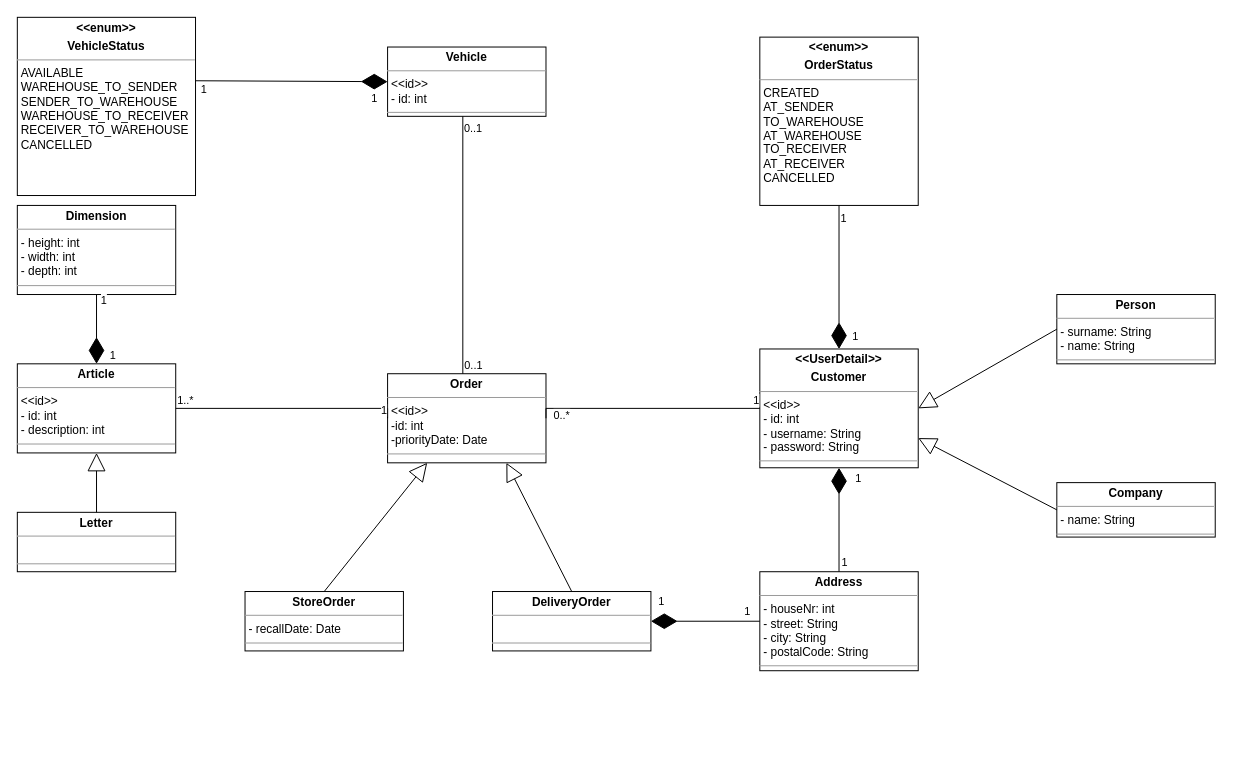
This is domainDiagram.drawio from MatthiasEberhardt/Softwareentwicklung, a draw.io file, before an edit. Source tidied: cells renumbered, new cells numbered last; positions are measured from the earlier drawing's top-left corner, leaving out a move shared by most shapes. Both pictures are drawn from the tidied source at 99%, with x=0, y=0 at pixel (17, 17).
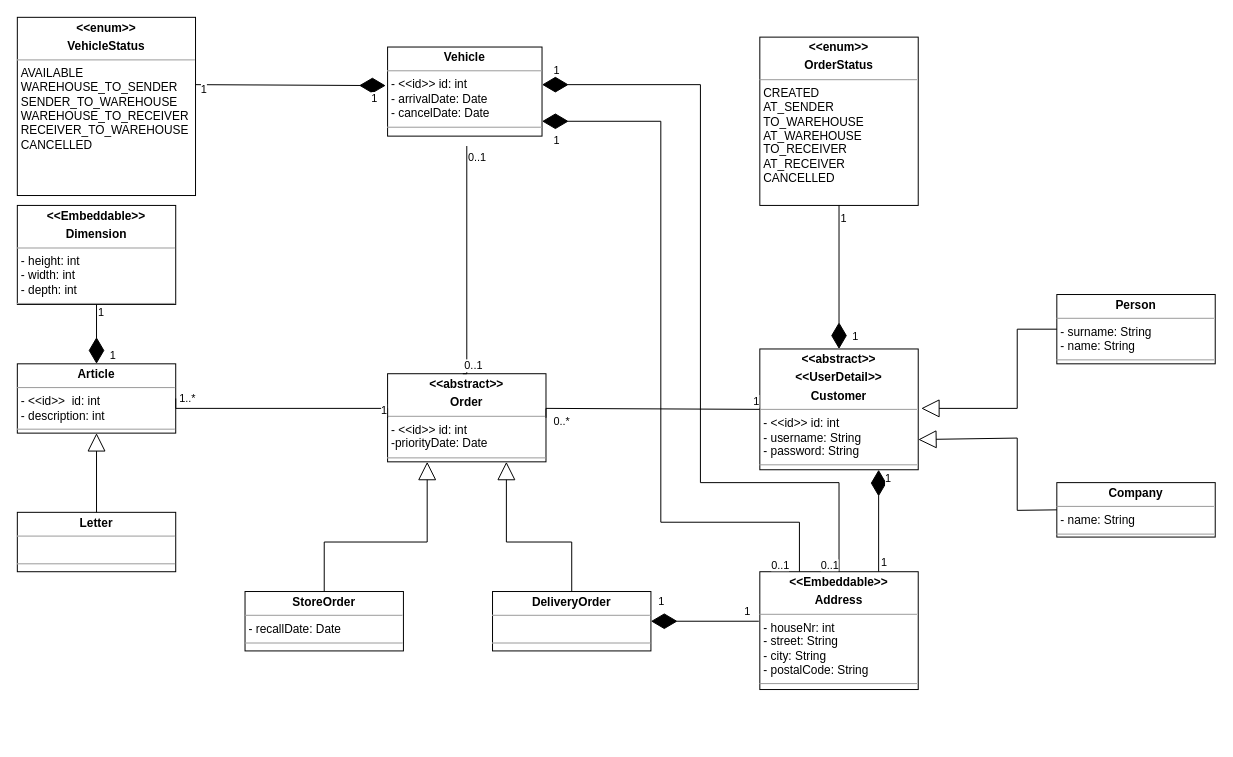
Above is the later version.

The change refers to these unchanged cells:
```xml
<mxCell id="6" value="&lt;p style=&quot;margin: 0px ; margin-top: 4px ; text-align: center&quot;&gt;&lt;b&gt;DeliveryOrder&lt;/b&gt;&lt;/p&gt;&lt;hr size=&quot;1&quot;&gt;&lt;p style=&quot;margin: 0px ; margin-left: 4px&quot;&gt;&amp;nbsp;&lt;/p&gt;&lt;hr size=&quot;1&quot;&gt;&lt;p style=&quot;margin: 0px ; margin-left: 4px&quot;&gt;&lt;br&gt;&lt;/p&gt;" style="verticalAlign=top;align=left;overflow=fill;fontSize=12;fontFamily=Helvetica;html=1;" parent="1" vertex="1">
  <mxGeometry x="480" y="580" width="160" height="60" as="geometry" />
</mxCell>
<mxCell id="7" value="&lt;p style=&quot;margin: 0px ; margin-top: 4px ; text-align: center&quot;&gt;&lt;b&gt;StoreOrder&lt;/b&gt;&lt;/p&gt;&lt;hr size=&quot;1&quot;&gt;&lt;p style=&quot;margin: 0px ; margin-left: 4px&quot;&gt;&lt;span&gt;- recallDate: Date&lt;/span&gt;&lt;br&gt;&lt;/p&gt;&lt;hr size=&quot;1&quot;&gt;&lt;p style=&quot;margin: 0px ; margin-left: 4px&quot;&gt;&lt;br&gt;&lt;/p&gt;" style="verticalAlign=top;align=left;overflow=fill;fontSize=12;fontFamily=Helvetica;html=1;" parent="1" vertex="1">
  <mxGeometry x="230" y="580" width="160" height="60" as="geometry" />
</mxCell>
<mxCell id="8" value="&lt;p style=&quot;margin: 0px ; margin-top: 4px ; text-align: center&quot;&gt;&lt;b&gt;Person&lt;/b&gt;&lt;/p&gt;&lt;hr size=&quot;1&quot;&gt;&lt;p style=&quot;margin: 0px ; margin-left: 4px&quot;&gt;&lt;span&gt;- surname: String&lt;/span&gt;&lt;br&gt;&lt;/p&gt;&lt;p style=&quot;margin: 0px ; margin-left: 4px&quot;&gt;- name: String&lt;/p&gt;&lt;hr size=&quot;1&quot;&gt;&lt;p style=&quot;margin: 0px ; margin-left: 4px&quot;&gt;&lt;br&gt;&lt;/p&gt;" style="verticalAlign=top;align=left;overflow=fill;fontSize=12;fontFamily=Helvetica;html=1;" parent="1" vertex="1">
  <mxGeometry x="1050" y="280" width="160" height="70" as="geometry" />
</mxCell>
<mxCell id="9" value="&lt;p style=&quot;margin: 0px ; margin-top: 4px ; text-align: center&quot;&gt;&lt;b&gt;Company&lt;/b&gt;&lt;/p&gt;&lt;hr size=&quot;1&quot;&gt;&lt;p style=&quot;margin: 0px ; margin-left: 4px&quot;&gt;&lt;span&gt;- name: String&lt;/span&gt;&lt;br&gt;&lt;/p&gt;&lt;hr size=&quot;1&quot;&gt;&lt;p style=&quot;margin: 0px ; margin-left: 4px&quot;&gt;&lt;br&gt;&lt;/p&gt;" style="verticalAlign=top;align=left;overflow=fill;fontSize=12;fontFamily=Helvetica;html=1;" parent="1" vertex="1">
  <mxGeometry x="1050" y="470" width="160" height="55" as="geometry" />
</mxCell>
<mxCell id="12" value="&lt;p style=&quot;margin: 0px ; margin-top: 4px ; text-align: center&quot;&gt;&lt;b&gt;&amp;lt;&amp;lt;enum&amp;gt;&amp;gt;&lt;/b&gt;&lt;/p&gt;&lt;p style=&quot;margin: 0px ; margin-top: 4px ; text-align: center&quot;&gt;&lt;b&gt;VehicleStatus&lt;/b&gt;&lt;/p&gt;&lt;hr size=&quot;1&quot;&gt;&lt;p style=&quot;margin: 0px ; margin-left: 4px&quot;&gt;&lt;/p&gt;&lt;p style=&quot;margin: 0px ; margin-left: 4px&quot;&gt;AVAILABLE&lt;/p&gt;&lt;p style=&quot;margin: 0px ; margin-left: 4px&quot;&gt;WAREHOUSE_TO_SENDER&lt;/p&gt;&lt;p style=&quot;margin: 0px ; margin-left: 4px&quot;&gt;SENDER_TO_WAREHOUSE&lt;/p&gt;&lt;p style=&quot;margin: 0px ; margin-left: 4px&quot;&gt;WAREHOUSE_TO_RECEIVER&lt;/p&gt;&lt;p style=&quot;margin: 0px ; margin-left: 4px&quot;&gt;RECEIVER_TO_WAREHOUSE&lt;/p&gt;&lt;p style=&quot;margin: 0px ; margin-left: 4px&quot;&gt;CANCELLED&lt;/p&gt;" style="verticalAlign=top;align=left;overflow=fill;fontSize=12;fontFamily=Helvetica;html=1;" parent="1" vertex="1">
  <mxGeometry width="180" height="180" as="geometry" />
</mxCell>
<mxCell id="25" style="endArrow=none;html=1;edgeStyle=orthogonalEdgeStyle;rounded=0;entryX=0;entryY=0.5;entryDx=0;entryDy=0;exitX=1;exitY=0.5;exitDx=0;exitDy=0;" parent="1" edge="1" source="4" target="5">
  <mxGeometry relative="1" as="geometry">
    <Array as="points">
      <mxPoint x="374" y="395" />
    </Array>
  </mxGeometry>
</mxCell>
<mxCell id="31" style="endArrow=none;html=1;edgeStyle=orthogonalEdgeStyle;rounded=0;entryX=0;entryY=0.5;entryDx=0;entryDy=0;exitX=1;exitY=0.5;exitDx=0;exitDy=0;" parent="1" edge="1" source="5" target="3">
  <mxGeometry relative="1" as="geometry">
    <Array as="points">
      <mxPoint x="534" y="395" />
    </Array>
  </mxGeometry>
</mxCell>
```

Diff of the diagram source:
```diff
@@
-    <mxCell id="2" value="&lt;p style=&quot;margin: 0px ; margin-top: 4px ; text-align: center&quot;&gt;&lt;b&gt;Address&lt;/b&gt;&lt;/p&gt;&lt;hr size=&quot;1&quot;&gt;&lt;p style=&quot;margin: 0px ; margin-left: 4px&quot;&gt;- houseNr: int&lt;/p&gt;&lt;p style=&quot;margin: 0px ; margin-left: 4px&quot;&gt;- street: String&lt;/p&gt;&lt;p style=&quot;margin: 0px ; margin-left: 4px&quot;&gt;- city: String&lt;/p&gt;&lt;p style=&quot;margin: 0px ; margin-left: 4px&quot;&gt;- postalCode: String&lt;/p&gt;&lt;hr size=&quot;1&quot;&gt;&lt;p style=&quot;margin: 0px ; margin-left: 4px&quot;&gt;&lt;br&gt;&lt;/p&gt;" style="verticalAlign=top;align=left;overflow=fill;fontSize=12;fontFamily=Helvetica;html=1;" parent="1" vertex="1">
-      <mxGeometry x="750" y="560" width="160" height="100" as="geometry" />
+    <mxCell id="2" value="&lt;p style=&quot;margin: 0px ; margin-top: 4px ; text-align: center&quot;&gt;&lt;b&gt;&amp;lt;&amp;lt;Embeddable&amp;gt;&amp;gt;&lt;/b&gt;&lt;/p&gt;&lt;p style=&quot;margin: 0px ; margin-top: 4px ; text-align: center&quot;&gt;&lt;b&gt;Address&lt;/b&gt;&lt;/p&gt;&lt;hr size=&quot;1&quot;&gt;&lt;p style=&quot;margin: 0px ; margin-left: 4px&quot;&gt;- houseNr: int&lt;/p&gt;&lt;p style=&quot;margin: 0px ; margin-left: 4px&quot;&gt;- street: String&lt;/p&gt;&lt;p style=&quot;margin: 0px ; margin-left: 4px&quot;&gt;- city: String&lt;/p&gt;&lt;p style=&quot;margin: 0px ; margin-left: 4px&quot;&gt;- postalCode: String&lt;/p&gt;&lt;hr size=&quot;1&quot;&gt;&lt;p style=&quot;margin: 0px ; margin-left: 4px&quot;&gt;&lt;br&gt;&lt;/p&gt;" style="verticalAlign=top;align=left;overflow=fill;fontSize=12;fontFamily=Helvetica;html=1;" parent="1" vertex="1">
+      <mxGeometry x="750" y="560" width="160" height="119" as="geometry" />
     </mxCell>
-    <mxCell id="3" value="&lt;p style=&quot;margin: 0px ; margin-top: 4px ; text-align: center&quot;&gt;&lt;b&gt;&amp;lt;&amp;lt;UserDetail&amp;gt;&amp;gt;&lt;/b&gt;&lt;/p&gt;&lt;p style=&quot;margin: 0px ; margin-top: 4px ; text-align: center&quot;&gt;&lt;b&gt;Customer&lt;/b&gt;&lt;/p&gt;&lt;hr size=&quot;1&quot;&gt;&lt;p style=&quot;margin: 0px ; margin-left: 4px&quot;&gt;&amp;lt;&amp;lt;id&amp;gt;&amp;gt;&lt;/p&gt;&lt;p style=&quot;margin: 0px ; margin-left: 4px&quot;&gt;- id: int&lt;/p&gt;&lt;p style=&quot;margin: 0px ; margin-left: 4px&quot;&gt;- username: String&lt;/p&gt;&lt;p style=&quot;margin: 0px ; margin-left: 4px&quot;&gt;- password: String&lt;/p&gt;&lt;hr size=&quot;1&quot;&gt;&lt;p style=&quot;margin: 0px ; margin-left: 4px&quot;&gt;&lt;br&gt;&lt;/p&gt;" style="verticalAlign=top;align=left;overflow=fill;fontSize=12;fontFamily=Helvetica;html=1;" parent="1" vertex="1">
-      <mxGeometry x="750" y="335" width="160" height="120" as="geometry" />
+    <mxCell id="3" value="&lt;p style=&quot;margin: 0px ; margin-top: 4px ; text-align: center&quot;&gt;&lt;b&gt;&amp;lt;&amp;lt;abstract&amp;gt;&amp;gt;&lt;/b&gt;&lt;/p&gt;&lt;p style=&quot;margin: 0px ; margin-top: 4px ; text-align: center&quot;&gt;&lt;b&gt;&amp;lt;&amp;lt;UserDetail&amp;gt;&amp;gt;&lt;/b&gt;&lt;/p&gt;&lt;p style=&quot;margin: 0px ; margin-top: 4px ; text-align: center&quot;&gt;&lt;b&gt;Customer&lt;/b&gt;&lt;/p&gt;&lt;hr size=&quot;1&quot;&gt;&lt;p style=&quot;margin: 0px ; margin-left: 4px&quot;&gt;&lt;span&gt;-&amp;nbsp;&lt;/span&gt;&lt;span&gt;&amp;lt;&amp;lt;id&amp;gt;&amp;gt;&amp;nbsp;&lt;/span&gt;&lt;span&gt;id: int&lt;/span&gt;&lt;/p&gt;&lt;p style=&quot;margin: 0px ; margin-left: 4px&quot;&gt;- username: String&lt;/p&gt;&lt;p style=&quot;margin: 0px ; margin-left: 4px&quot;&gt;- password: String&lt;/p&gt;&lt;hr size=&quot;1&quot;&gt;&lt;p style=&quot;margin: 0px ; margin-left: 4px&quot;&gt;&lt;br&gt;&lt;/p&gt;" style="verticalAlign=top;align=left;overflow=fill;fontSize=12;fontFamily=Helvetica;html=1;" parent="1" vertex="1">
+      <mxGeometry x="750" y="335" width="160" height="122" as="geometry" />
     </mxCell>
-    <mxCell id="4" value="&lt;p style=&quot;margin: 0px ; margin-top: 4px ; text-align: center&quot;&gt;&lt;b&gt;Article&lt;/b&gt;&lt;/p&gt;&lt;hr size=&quot;1&quot;&gt;&lt;p style=&quot;margin: 0px ; margin-left: 4px&quot;&gt;&lt;span&gt;&amp;lt;&amp;lt;id&amp;gt;&amp;gt;&lt;/span&gt;&lt;/p&gt;&lt;p style=&quot;margin: 0px ; margin-left: 4px&quot;&gt;&lt;span&gt;- id: int&lt;/span&gt;&lt;br&gt;&lt;/p&gt;&lt;p style=&quot;margin: 0px ; margin-left: 4px&quot;&gt;&lt;span&gt;- description: int&lt;/span&gt;&lt;/p&gt;&lt;hr size=&quot;1&quot;&gt;&lt;p style=&quot;margin: 0px ; margin-left: 4px&quot;&gt;&lt;br&gt;&lt;/p&gt;" style="verticalAlign=top;align=left;overflow=fill;fontSize=12;fontFamily=Helvetica;html=1;" parent="1" vertex="1">
-      <mxGeometry y="350" width="160" height="90" as="geometry" />
+    <mxCell id="4" value="&lt;p style=&quot;margin: 0px ; margin-top: 4px ; text-align: center&quot;&gt;&lt;b&gt;Article&lt;/b&gt;&lt;/p&gt;&lt;hr size=&quot;1&quot;&gt;&lt;p style=&quot;margin: 0px ; margin-left: 4px&quot;&gt;&lt;span&gt;-&amp;nbsp;&lt;/span&gt;&lt;span&gt;&amp;lt;&amp;lt;id&amp;gt;&amp;gt;&amp;nbsp;&lt;/span&gt;&lt;span&gt;&amp;nbsp;id: int&lt;/span&gt;&lt;/p&gt;&lt;p style=&quot;margin: 0px ; margin-left: 4px&quot;&gt;&lt;span&gt;- description: int&lt;/span&gt;&lt;/p&gt;&lt;hr size=&quot;1&quot;&gt;&lt;p style=&quot;margin: 0px ; margin-left: 4px&quot;&gt;&lt;br&gt;&lt;/p&gt;" style="verticalAlign=top;align=left;overflow=fill;fontSize=12;fontFamily=Helvetica;html=1;" parent="1" vertex="1">
+      <mxGeometry y="350" width="160" height="70" as="geometry" />
     </mxCell>
-    <mxCell id="5" value="&lt;p style=&quot;margin: 0px ; margin-top: 4px ; text-align: center&quot;&gt;&lt;b&gt;Order&lt;/b&gt;&lt;/p&gt;&lt;hr size=&quot;1&quot;&gt;&lt;p style=&quot;margin: 0px ; margin-left: 4px&quot;&gt;&amp;lt;&amp;lt;id&amp;gt;&amp;gt;&lt;/p&gt;&lt;p style=&quot;margin: 0px ; margin-left: 4px&quot;&gt;-id: int&lt;/p&gt;&lt;p style=&quot;margin: 0px ; margin-left: 4px&quot;&gt;-priorityDate: Date&lt;/p&gt;&lt;hr size=&quot;1&quot;&gt;&lt;p style=&quot;margin: 0px ; margin-left: 4px&quot;&gt;&lt;br&gt;&lt;/p&gt;" style="verticalAlign=top;align=left;overflow=fill;fontSize=12;fontFamily=Helvetica;html=1;" parent="1" vertex="1">
-      <mxGeometry x="374" y="360" width="160" height="90" as="geometry" />
+    <mxCell id="5" value="&lt;p style=&quot;margin: 0px ; margin-top: 4px ; text-align: center&quot;&gt;&lt;b&gt;&amp;lt;&amp;lt;abstract&amp;gt;&amp;gt;&lt;/b&gt;&lt;/p&gt;&lt;p style=&quot;margin: 0px ; margin-top: 4px ; text-align: center&quot;&gt;&lt;b&gt;Order&lt;/b&gt;&lt;/p&gt;&lt;hr size=&quot;1&quot;&gt;&lt;p style=&quot;margin: 0px ; margin-left: 4px&quot;&gt;&lt;span&gt;-&amp;nbsp;&lt;/span&gt;&lt;span&gt;&amp;lt;&amp;lt;id&amp;gt;&amp;gt;&amp;nbsp;&lt;/span&gt;&lt;span&gt;id: int&lt;/span&gt;&lt;/p&gt;&lt;p style=&quot;margin: 0px ; margin-left: 4px&quot;&gt;-priorityDate: Date&lt;/p&gt;&lt;hr size=&quot;1&quot;&gt;&lt;p style=&quot;margin: 0px ; margin-left: 4px&quot;&gt;&lt;br&gt;&lt;/p&gt;" style="verticalAlign=top;align=left;overflow=fill;fontSize=12;fontFamily=Helvetica;html=1;" parent="1" vertex="1">
+      <mxGeometry x="374" y="360" width="160" height="89" as="geometry" />
     </mxCell>
@@
-    <mxCell id="11" value="&lt;p style=&quot;margin: 0px ; margin-top: 4px ; text-align: center&quot;&gt;&lt;b&gt;Vehicle&lt;/b&gt;&lt;/p&gt;&lt;hr size=&quot;1&quot;&gt;&lt;p style=&quot;margin: 0px ; margin-left: 4px&quot;&gt;&amp;lt;&amp;lt;id&amp;gt;&amp;gt;&lt;/p&gt;&lt;p style=&quot;margin: 0px ; margin-left: 4px&quot;&gt;- id: int&lt;/p&gt;&lt;hr size=&quot;1&quot;&gt;&lt;p style=&quot;margin: 0px ; margin-left: 4px&quot;&gt;&lt;br&gt;&lt;/p&gt;" style="verticalAlign=top;align=left;overflow=fill;fontSize=12;fontFamily=Helvetica;html=1;" parent="1" vertex="1">
-      <mxGeometry x="374" y="30" width="160" height="70" as="geometry" />
+    <mxCell id="11" value="&lt;p style=&quot;margin: 0px ; margin-top: 4px ; text-align: center&quot;&gt;&lt;b&gt;Vehicle&lt;/b&gt;&lt;/p&gt;&lt;hr size=&quot;1&quot;&gt;&lt;p style=&quot;margin: 0px ; margin-left: 4px&quot;&gt;&lt;span&gt;-&amp;nbsp;&lt;/span&gt;&lt;span&gt;&amp;lt;&amp;lt;id&amp;gt;&amp;gt;&amp;nbsp;&lt;/span&gt;&lt;span&gt;id: int&lt;/span&gt;&lt;/p&gt;&lt;p style=&quot;margin: 0px ; margin-left: 4px&quot;&gt;- arrivalDate: Date&lt;/p&gt;&lt;p style=&quot;margin: 0px ; margin-left: 4px&quot;&gt;- cancelDate: Date&lt;/p&gt;&lt;hr size=&quot;1&quot;&gt;&lt;p style=&quot;margin: 0px ; margin-left: 4px&quot;&gt;&lt;br&gt;&lt;/p&gt;" style="verticalAlign=top;align=left;overflow=fill;fontSize=12;fontFamily=Helvetica;html=1;" parent="1" vertex="1">
+      <mxGeometry x="374" y="30" width="156" height="90" as="geometry" />
     </mxCell>
@@
-    <mxCell id="14" value="&lt;p style=&quot;margin: 0px ; margin-top: 4px ; text-align: center&quot;&gt;&lt;b&gt;Dimension&lt;/b&gt;&lt;/p&gt;&lt;hr size=&quot;1&quot;&gt;&lt;p style=&quot;margin: 0px ; margin-left: 4px&quot;&gt;&lt;span&gt;- height: int&lt;/span&gt;&lt;br&gt;&lt;/p&gt;&lt;p style=&quot;margin: 0px ; margin-left: 4px&quot;&gt;- width: int&lt;/p&gt;&lt;p style=&quot;margin: 0px ; margin-left: 4px&quot;&gt;- depth: int&lt;/p&gt;&lt;hr size=&quot;1&quot;&gt;&lt;p style=&quot;margin: 0px ; margin-left: 4px&quot;&gt;&lt;br&gt;&lt;/p&gt;" style="verticalAlign=top;align=left;overflow=fill;fontSize=12;fontFamily=Helvetica;html=1;" parent="1" vertex="1">
-      <mxGeometry y="190" width="160" height="90" as="geometry" />
+    <mxCell id="14" value="&lt;p style=&quot;margin: 0px ; margin-top: 4px ; text-align: center&quot;&gt;&lt;b&gt;&amp;lt;&amp;lt;Embeddable&amp;gt;&amp;gt;&lt;/b&gt;&lt;/p&gt;&lt;p style=&quot;margin: 0px ; margin-top: 4px ; text-align: center&quot;&gt;&lt;b&gt;Dimension&lt;/b&gt;&lt;/p&gt;&lt;hr size=&quot;1&quot;&gt;&lt;p style=&quot;margin: 0px ; margin-left: 4px&quot;&gt;&lt;span&gt;- height: int&lt;/span&gt;&lt;br&gt;&lt;/p&gt;&lt;p style=&quot;margin: 0px ; margin-left: 4px&quot;&gt;- width: int&lt;/p&gt;&lt;p style=&quot;margin: 0px ; margin-left: 4px&quot;&gt;- depth: int&lt;/p&gt;&lt;hr size=&quot;1&quot;&gt;&lt;p style=&quot;margin: 0px ; margin-left: 4px&quot;&gt;&lt;br&gt;&lt;/p&gt;" style="verticalAlign=top;align=left;overflow=fill;fontSize=12;fontFamily=Helvetica;html=1;" parent="1" vertex="1">
+      <mxGeometry y="190" width="160" height="100" as="geometry" />
     </mxCell>
-    <mxCell id="15" style="endArrow=block;endSize=16;endFill=0;html=1;rounded=0;exitX=0;exitY=0.5;exitDx=0;exitDy=0;entryX=1;entryY=0.5;entryDx=0;entryDy=0;" parent="1" edge="1" source="8" target="3">
-      <mxGeometry x="0.12" relative="1" as="geometry" />
+    <mxCell id="15" style="endArrow=block;endSize=16;endFill=0;html=1;rounded=0;exitX=0;exitY=0.5;exitDx=0;exitDy=0;" parent="1" edge="1" source="8">
+      <mxGeometry x="0.12" relative="1" as="geometry">
+        <mxPoint x="913" y="395" as="targetPoint" />
+        <Array as="points">
+          <mxPoint x="1010" y="315" />
+          <mxPoint x="1010" y="395" />
+        </Array>
+      </mxGeometry>
     </mxCell>
     <mxCell id="16" style="endArrow=block;endSize=16;endFill=0;html=1;rounded=0;exitX=0;exitY=0.5;exitDx=0;exitDy=0;entryX=1;entryY=0.75;entryDx=0;entryDy=0;" parent="1" edge="1" source="9" target="3">
-      <mxGeometry x="0.12" relative="1" as="geometry" />
+      <mxGeometry x="0.12" relative="1" as="geometry">
+        <Array as="points">
+          <mxPoint x="1010" y="498" />
+          <mxPoint x="1010" y="425" />
+        </Array>
+      </mxGeometry>
     </mxCell>
@@
     <mxCell id="18" style="endArrow=block;endSize=16;endFill=0;html=1;rounded=0;exitX=0.5;exitY=0;exitDx=0;exitDy=0;entryX=0.75;entryY=1;entryDx=0;entryDy=0;" parent="1" edge="1" source="6" target="5">
-      <mxGeometry x="0.12" relative="1" as="geometry" />
+      <mxGeometry x="0.12" relative="1" as="geometry">
+        <Array as="points">
+          <mxPoint x="560" y="530" />
+          <mxPoint x="494" y="530" />
+        </Array>
+      </mxGeometry>
     </mxCell>
     <mxCell id="19" style="endArrow=block;endSize=16;endFill=0;html=1;rounded=0;exitX=0.5;exitY=0;exitDx=0;exitDy=0;entryX=0.25;entryY=1;entryDx=0;entryDy=0;" parent="1" edge="1" source="7" target="5">
-      <mxGeometry x="0.12" relative="1" as="geometry" />
+      <mxGeometry x="0.12" relative="1" as="geometry">
+        <Array as="points">
+          <mxPoint x="310" y="530" />
+          <mxPoint x="414" y="530" />
+        </Array>
+      </mxGeometry>
     </mxCell>
@@
-    <mxCell id="21" style="endArrow=diamondThin;endFill=1;endSize=24;html=1;rounded=0;entryX=0;entryY=0.5;entryDx=0;entryDy=0;exitX=1;exitY=0.356;exitDx=0;exitDy=0;exitPerimeter=0;" parent="1" edge="1" source="12" target="11">
-      <mxGeometry relative="1" as="geometry" />
+    <mxCell id="21" style="endArrow=diamondThin;endFill=1;endSize=24;html=1;rounded=0;entryX=-0.012;entryY=0.433;entryDx=0;entryDy=0;entryPerimeter=0;" parent="1" edge="1" target="11">
+      <mxGeometry relative="1" as="geometry">
+        <mxPoint x="180" y="68" as="sourcePoint" />
+      </mxGeometry>
     </mxCell>
@@
-    <mxCell id="23" style="endArrow=diamondThin;endFill=1;endSize=24;html=1;rounded=0;entryX=0.5;entryY=1;entryDx=0;entryDy=0;exitX=0.5;exitY=0;exitDx=0;exitDy=0;" parent="1" edge="1" source="2" target="3">
+    <mxCell id="23" style="endArrow=diamondThin;endFill=1;endSize=24;html=1;rounded=0;entryX=0.75;entryY=1;entryDx=0;entryDy=0;exitX=0.75;exitY=0;exitDx=0;exitDy=0;" parent="1" edge="1" source="2" target="3">
       <mxGeometry relative="1" as="geometry" />
     </mxCell>
-    <mxCell id="24" style="endArrow=diamondThin;endFill=1;endSize=24;html=1;rounded=0;entryX=1;entryY=0.5;entryDx=0;entryDy=0;exitX=0;exitY=0.5;exitDx=0;exitDy=0;" parent="1" edge="1" source="2" target="6">
-      <mxGeometry relative="1" as="geometry" />
+    <mxCell id="24" style="endArrow=diamondThin;endFill=1;endSize=24;html=1;rounded=0;entryX=1;entryY=0.5;entryDx=0;entryDy=0;" parent="1" edge="1" target="6">
+      <mxGeometry relative="1" as="geometry">
+        <mxPoint x="749" y="610" as="sourcePoint" />
+      </mxGeometry>
     </mxCell>
@@
     <mxCell id="26" value="1..*" style="edgeLabel;html=1;align=left;verticalAlign=bottom;" parent="25" vertex="1">
-      <mxGeometry x="-1" relative="1" as="geometry" />
+      <mxGeometry x="-1" relative="1" as="geometry">
+        <mxPoint x="2" y="8" as="offset" />
+      </mxGeometry>
     </mxCell>
@@
-    <mxCell id="28" style="endArrow=none;html=1;edgeStyle=orthogonalEdgeStyle;rounded=0;entryX=0.5;entryY=1;entryDx=0;entryDy=0;exitX=0.5;exitY=0;exitDx=0;exitDy=0;" parent="1" edge="1">
+    <mxCell id="28" style="endArrow=none;html=1;edgeStyle=orthogonalEdgeStyle;rounded=0;exitX=0.5;exitY=0;exitDx=0;exitDy=0;" parent="1" edge="1">
       <mxGeometry relative="1" as="geometry">
         <mxPoint x="450" y="360" as="sourcePoint" />
-        <mxPoint x="450" y="100" as="targetPoint" />
+        <mxPoint x="454" y="130" as="targetPoint" />
+        <Array as="points">
+          <mxPoint x="454" y="360" />
+        </Array>
       </mxGeometry>
     </mxCell>
@@
     <mxCell id="32" value="0..*" style="edgeLabel;html=1;align=left;verticalAlign=bottom;" parent="31" vertex="1">
       <mxGeometry x="-1" relative="1" as="geometry">
-        <mxPoint x="6" y="5" as="offset" />
+        <mxPoint x="6" y="11" as="offset" />
       </mxGeometry>
     </mxCell>
@@
     <mxCell id="34" value="1" style="edgeLabel;html=1;align=right;verticalAlign=bottom;" parent="1" vertex="1">
-      <mxGeometry x="990" y="730" as="geometry">
+      <mxGeometry x="1030" y="730" as="geometry">
         <mxPoint x="-151" y="-171" as="offset" />
       </mxGeometry>
     </mxCell>
     <mxCell id="35" value="1" style="edgeLabel;html=1;align=right;verticalAlign=bottom;" parent="1" vertex="1">
-      <mxGeometry x="780" y="360" as="geometry">
+      <mxGeometry x="810" y="360" as="geometry">
         <mxPoint x="73" y="114" as="offset" />
       </mxGeometry>
     </mxCell>
@@
     <mxCell id="42" value="1" style="edgeLabel;html=1;align=right;verticalAlign=bottom;" parent="1" vertex="1">
-      <mxGeometry x="100" y="300" as="geometry">
+      <mxGeometry x="97" y="312" as="geometry">
         <mxPoint x="-9" y="-6" as="offset" />
       </mxGeometry>
     </mxCell>
@@
+    <mxCell id="44" style="endArrow=diamondThin;endFill=1;endSize=24;html=1;rounded=0;exitX=0.5;exitY=0;exitDx=0;exitDy=0;" parent="1" edge="1" source="2">
+      <mxGeometry relative="1" as="geometry">
+        <mxPoint x="530" y="68" as="targetPoint" />
+        <Array as="points">
+          <mxPoint x="830" y="470" />
+          <mxPoint x="690" y="470" />
+          <mxPoint x="690" y="68" />
+        </Array>
+      </mxGeometry>
+    </mxCell>
+    <mxCell id="45" style="endArrow=diamondThin;endFill=1;endSize=24;html=1;rounded=0;exitX=0.25;exitY=0;exitDx=0;exitDy=0;" parent="1" edge="1" source="2">
+      <mxGeometry relative="1" as="geometry">
+        <mxPoint x="530" y="105" as="targetPoint" />
+        <Array as="points">
+          <mxPoint x="790" y="510" />
+          <mxPoint x="650" y="510" />
+          <mxPoint x="650" y="105" />
+        </Array>
+      </mxGeometry>
+    </mxCell>
+    <mxCell id="46" value="&lt;span style=&quot;color: rgb(0, 0, 0); font-family: helvetica; font-size: 11px; font-style: normal; font-weight: 400; letter-spacing: normal; text-align: right; text-indent: 0px; text-transform: none; word-spacing: 0px; background-color: rgb(255, 255, 255); display: inline; float: none;&quot;&gt;1&lt;/span&gt;" style="text;whiteSpace=wrap;html=1;" parent="1" vertex="1">
+      <mxGeometry x="540" y="110" width="30" height="30" as="geometry" />
+    </mxCell>
+    <mxCell id="47" value="&lt;span style=&quot;color: rgb(0, 0, 0); font-family: helvetica; font-size: 11px; font-style: normal; font-weight: 400; letter-spacing: normal; text-align: right; text-indent: 0px; text-transform: none; word-spacing: 0px; background-color: rgb(255, 255, 255); display: inline; float: none;&quot;&gt;1&lt;/span&gt;" style="text;whiteSpace=wrap;html=1;" parent="1" vertex="1">
+      <mxGeometry x="540" y="40" width="30" height="30" as="geometry" />
+    </mxCell>
+    <mxCell id="48" value="&lt;span style=&quot;color: rgb(0 , 0 , 0) ; font-family: &amp;#34;helvetica&amp;#34; ; font-size: 11px ; font-style: normal ; font-weight: 400 ; letter-spacing: normal ; text-align: right ; text-indent: 0px ; text-transform: none ; word-spacing: 0px ; background-color: rgb(255 , 255 , 255) ; display: inline ; float: none&quot;&gt;0..1&lt;/span&gt;" style="text;whiteSpace=wrap;html=1;" parent="1" vertex="1">
+      <mxGeometry x="760" y="540" width="30" height="30" as="geometry" />
+    </mxCell>
+    <mxCell id="49" value="&lt;span style=&quot;color: rgb(0 , 0 , 0) ; font-family: &amp;#34;helvetica&amp;#34; ; font-size: 11px ; font-style: normal ; font-weight: 400 ; letter-spacing: normal ; text-align: right ; text-indent: 0px ; text-transform: none ; word-spacing: 0px ; background-color: rgb(255 , 255 , 255) ; display: inline ; float: none&quot;&gt;0..1&lt;/span&gt;" style="text;whiteSpace=wrap;html=1;" parent="1" vertex="1">
+      <mxGeometry x="810" y="540" width="30" height="30" as="geometry" />
+    </mxCell>
```
